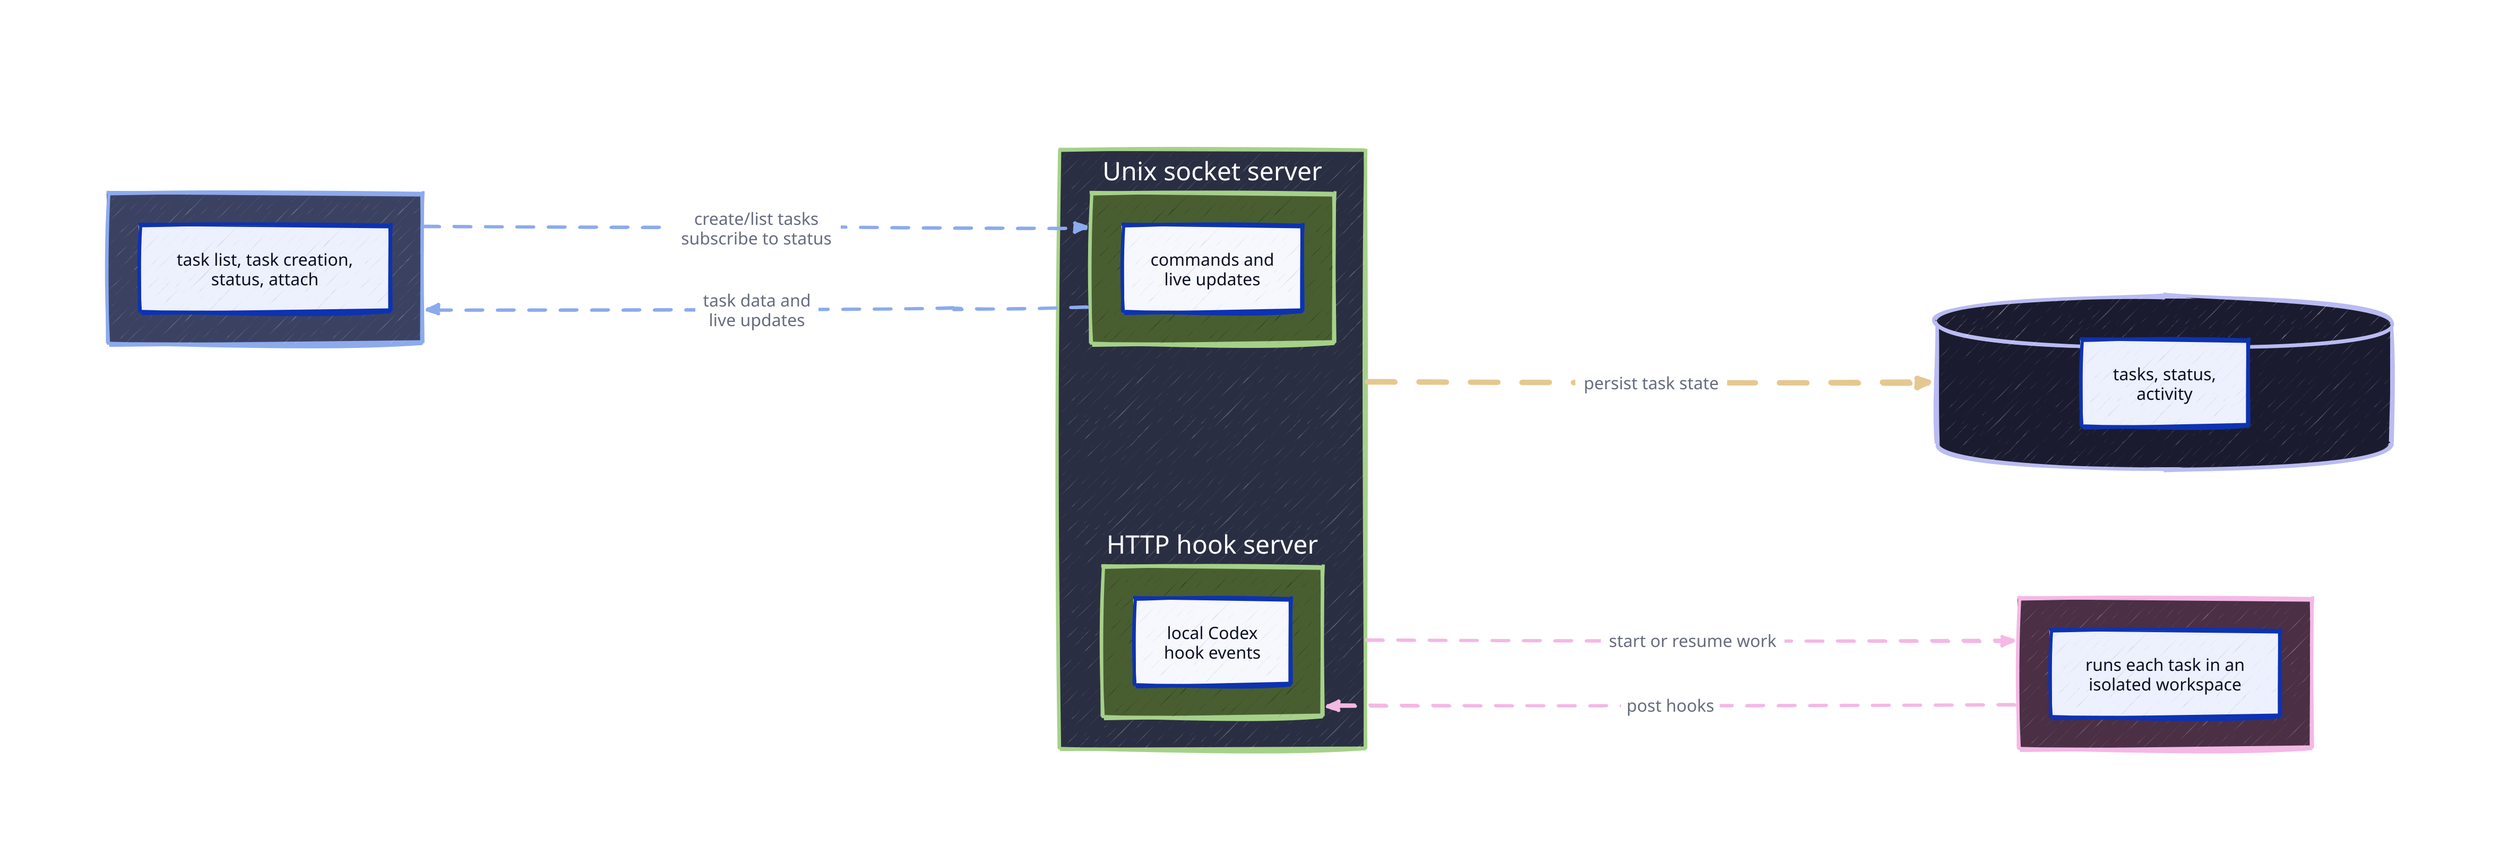
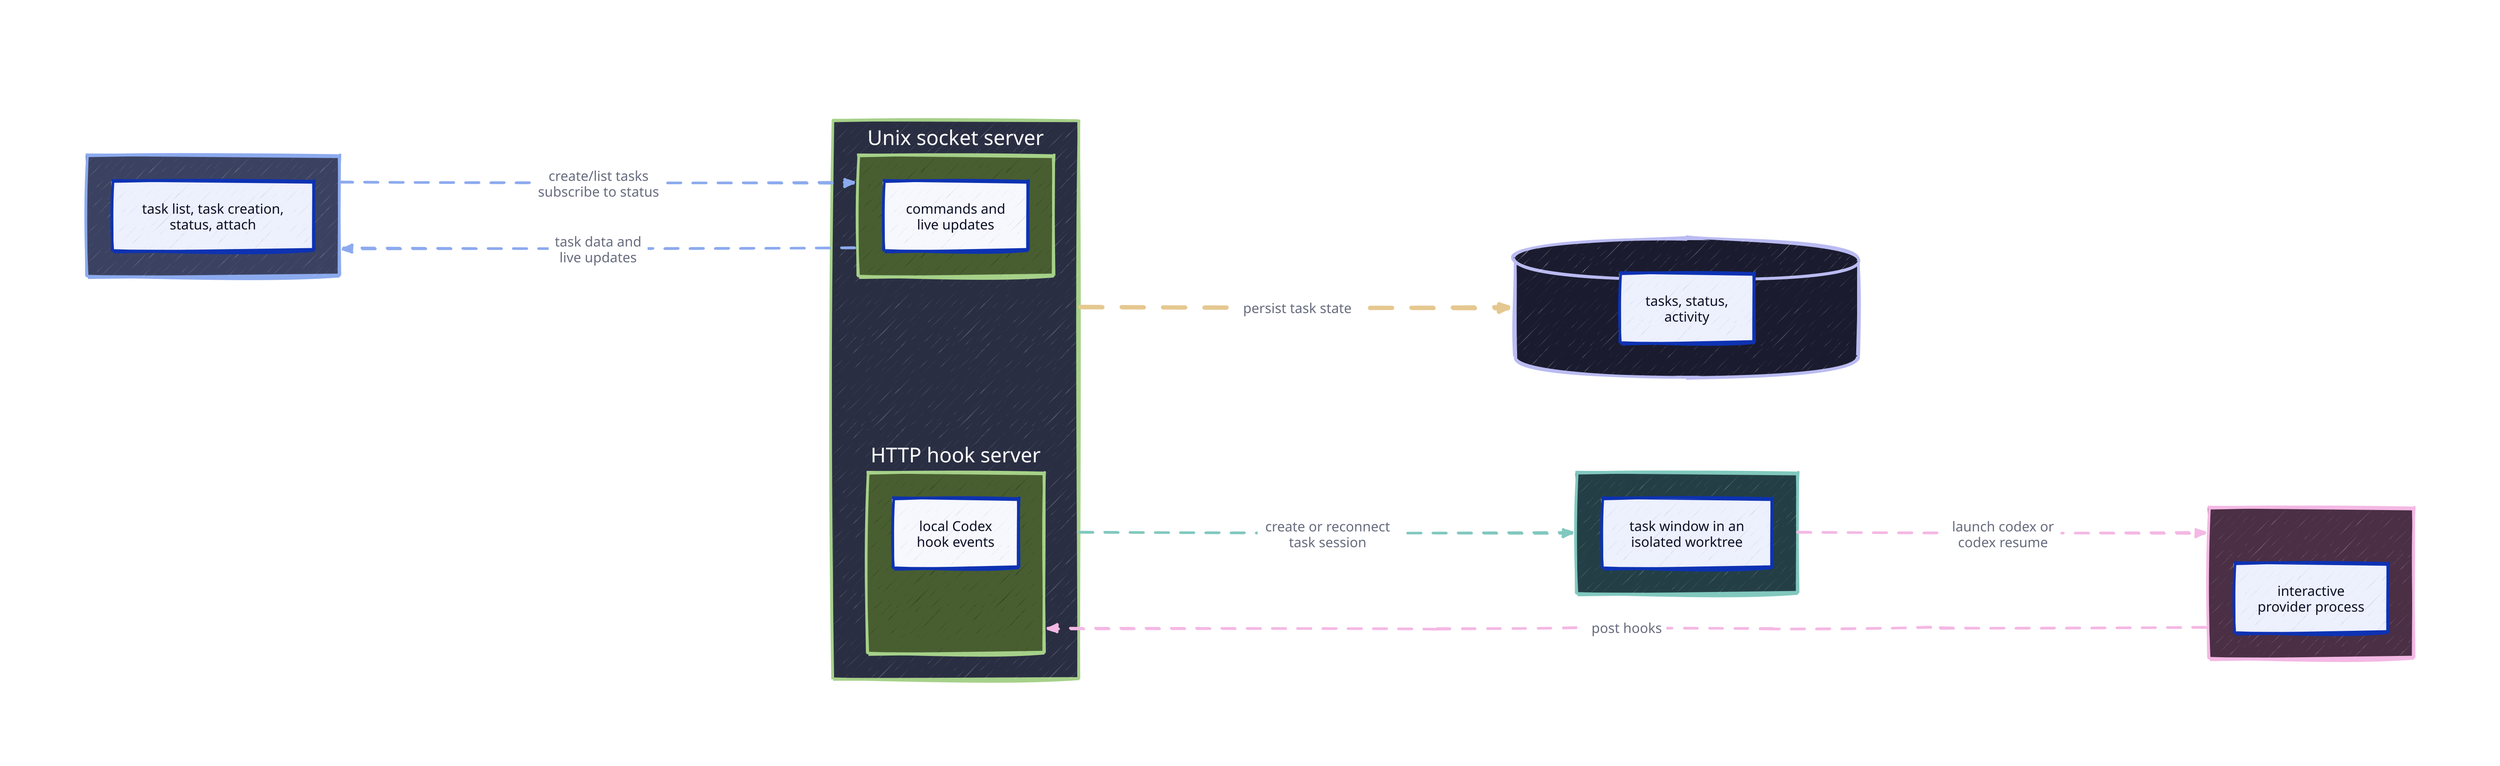
vars: {
  d2-config: {
    layout-engine: elk
    sketch: true
  }
}
direction: right

***: {
  style: {
    border-radius: 5
    stroke-width: 3
  }
}

tui: {
  label: "TUI"
  sublabel: "task list, task creation,\nstatus, attach"
  style: {
    fill: "#3b4261"
    stroke: "#8caaee"
    font-color: white
  }
}

daemon: {
  label: "Background task daemon"
  direction: down
  style: {
    fill: "#2a2e42"
    stroke: "#a6d189"
    font-color: white
  }

  socket: {
    label: "Unix socket server"
    sublabel: "commands and\nlive updates"
    style: {
      fill: "#485e30"
      stroke: "#a6d189"
      font-color: white
    }
  }

  hooks: {
    label: "HTTP hook server"
    sublabel: "local Codex\nhook events"
    style: {
      fill: "#485e30"
      stroke: "#a6d189"
      font-color: white
    }
  }
}

sqlite: {
  label: "SQLite"
  shape: cylinder
  sublabel: "tasks, status,\nactivity"
  style: {
    fill: "#1a1b2e"
    stroke: "#babbf1"
    font-color: white
  }
}

+ tmux: {
+   label: "Tmux session"
+   sublabel: "task window in an\nisolated worktree"
+   style: {
+     fill: "#233f45"
+     stroke: "#81c8be"
+     font-color: white
+   }
+ }
+ 
codex: {
  label: "Codex CLI"
-   sublabel: "runs each task in an\nisolated workspace"
+   sublabel: "interactive\nprovider process"
  style: {
    fill: "#4a2f45"
    stroke: "#f4b8e4"
    font-color: white
  }
}

tui -> daemon.socket: "create/list tasks\nsubscribe to status" {
  style: {
    stroke: "#8caaee"
    stroke-width: 3
    animated: true
  }
}

daemon.socket -> tui: "task data and\nlive updates" {
  style: {
    stroke: "#8caaee"
    stroke-width: 3
    animated: true
  }
}

daemon -> sqlite: "persist task state" {
  style: {
    stroke: "#e5c890"
    stroke-width: 5
    animated: true
  }
}

- daemon -> codex: "start or resume work" {
+ daemon -> tmux: "create or reconnect\ntask session" {
+   style: {
+     stroke: "#81c8be"
+     stroke-width: 3
+     animated: true
+   }
+ }
+ 
+ tmux -> codex: "launch codex or\ncodex resume" {
  style: {
    stroke: "#f4b8e4"
    stroke-width: 3
    animated: true
  }
}

codex -> daemon.hooks: "post hooks" {
  style: {
    stroke: "#f4b8e4"
    stroke-width: 3
    animated: true
  }
}
